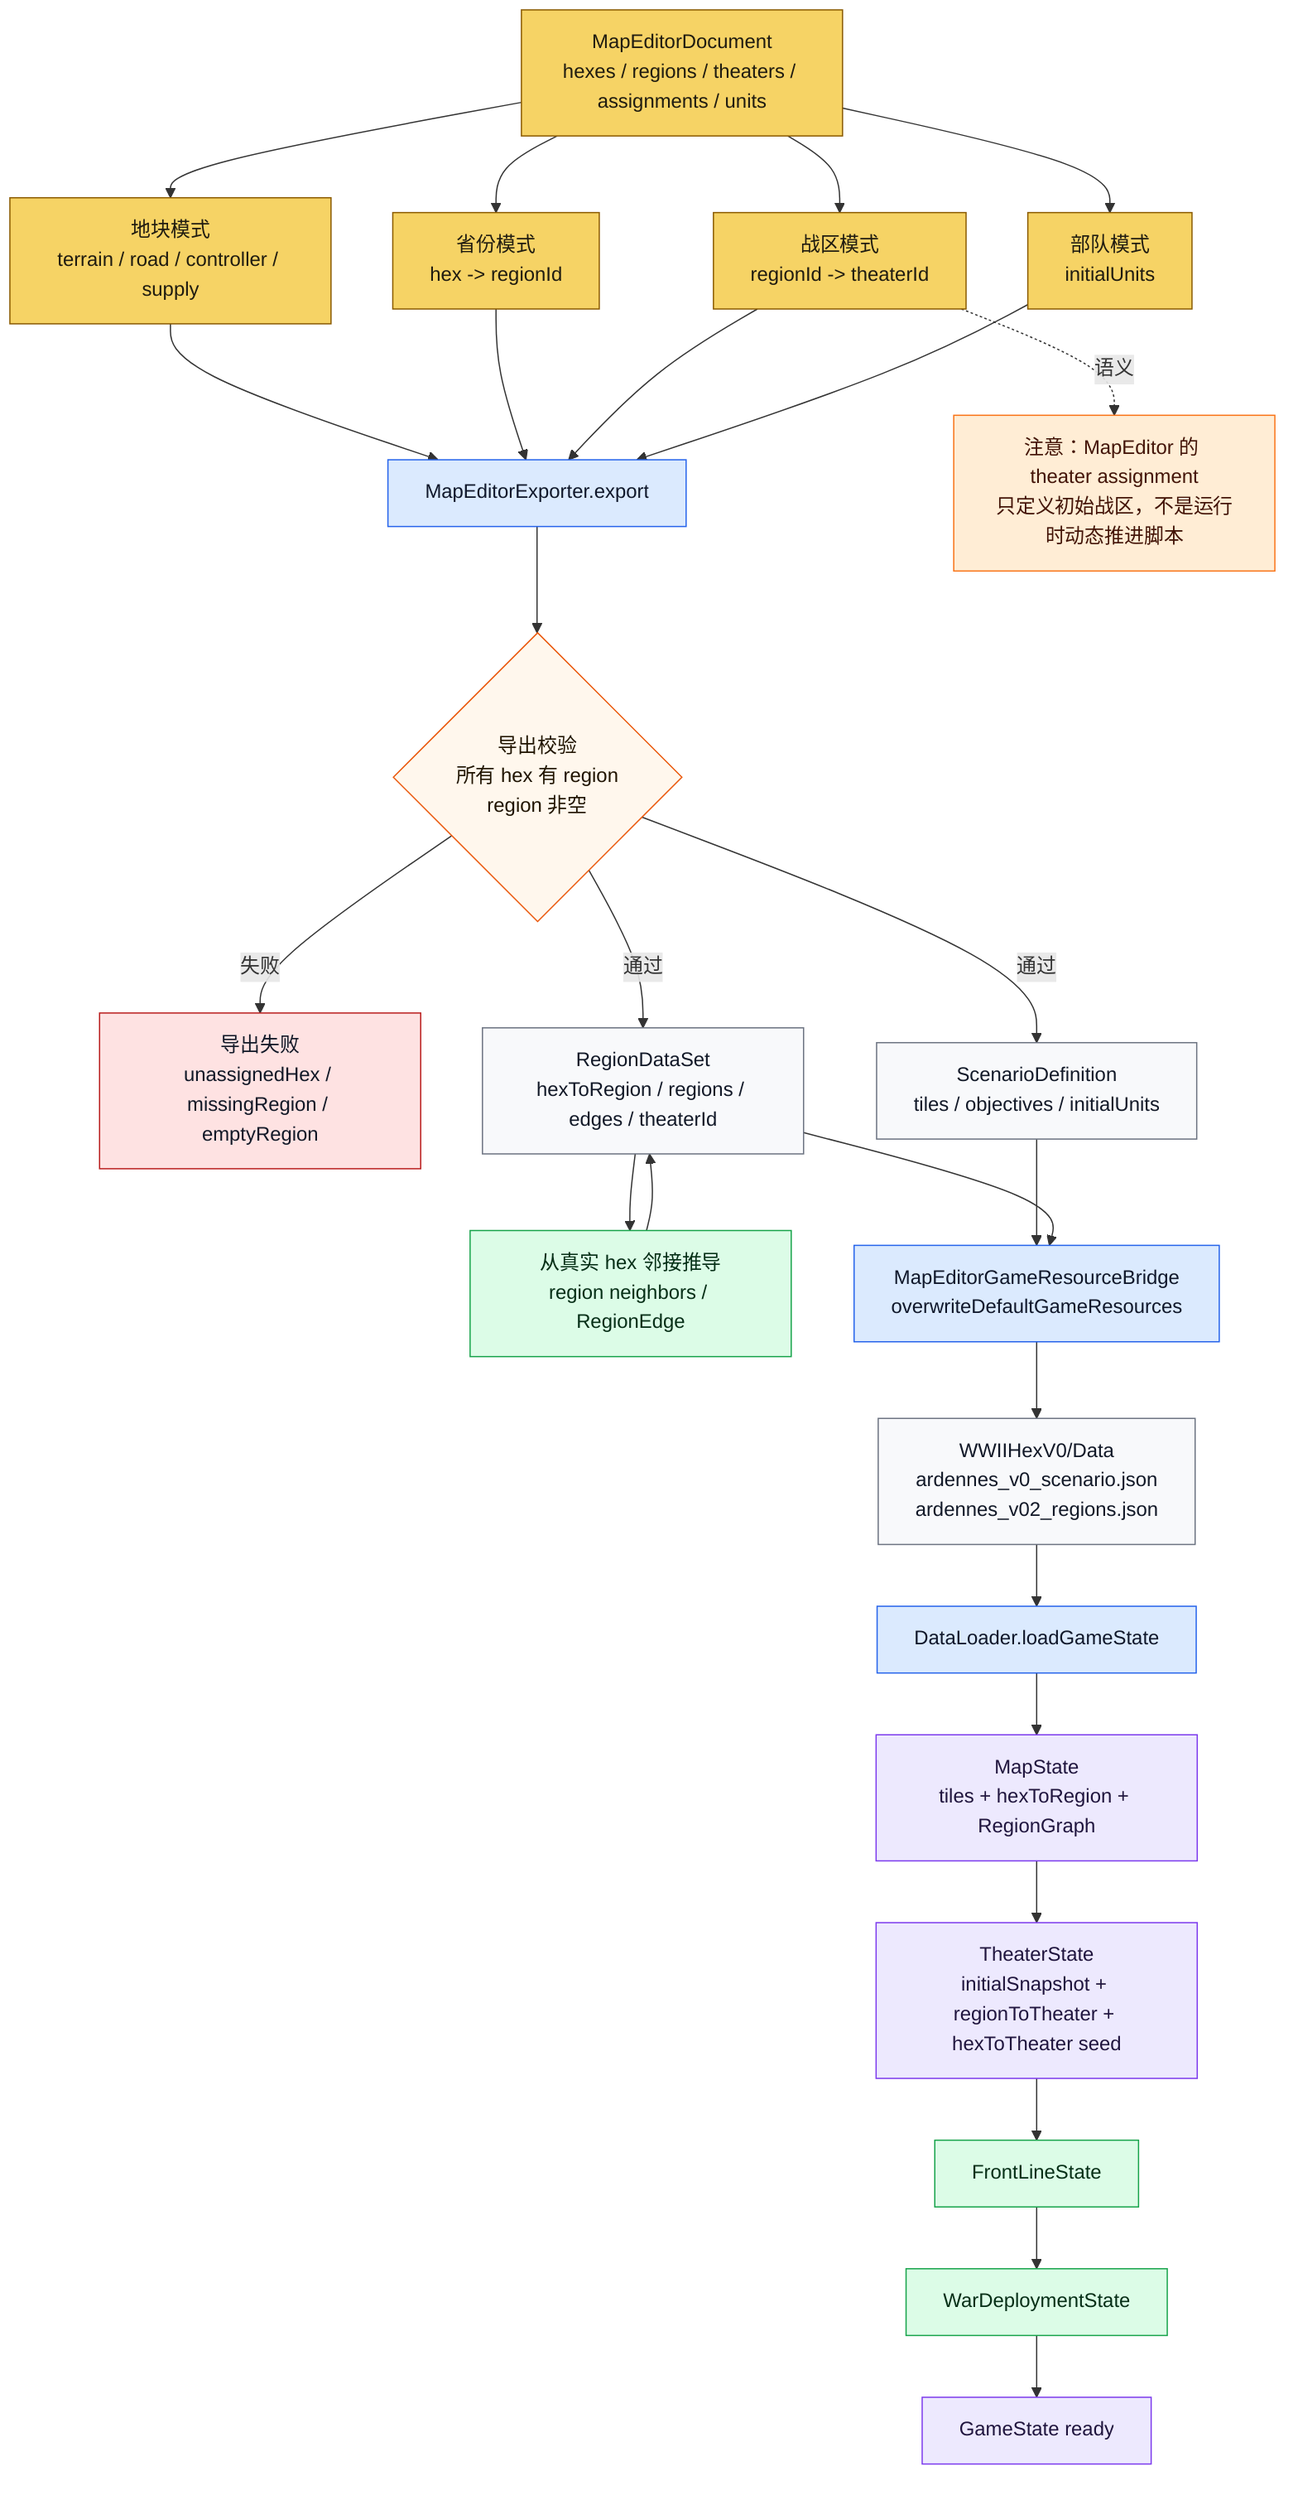
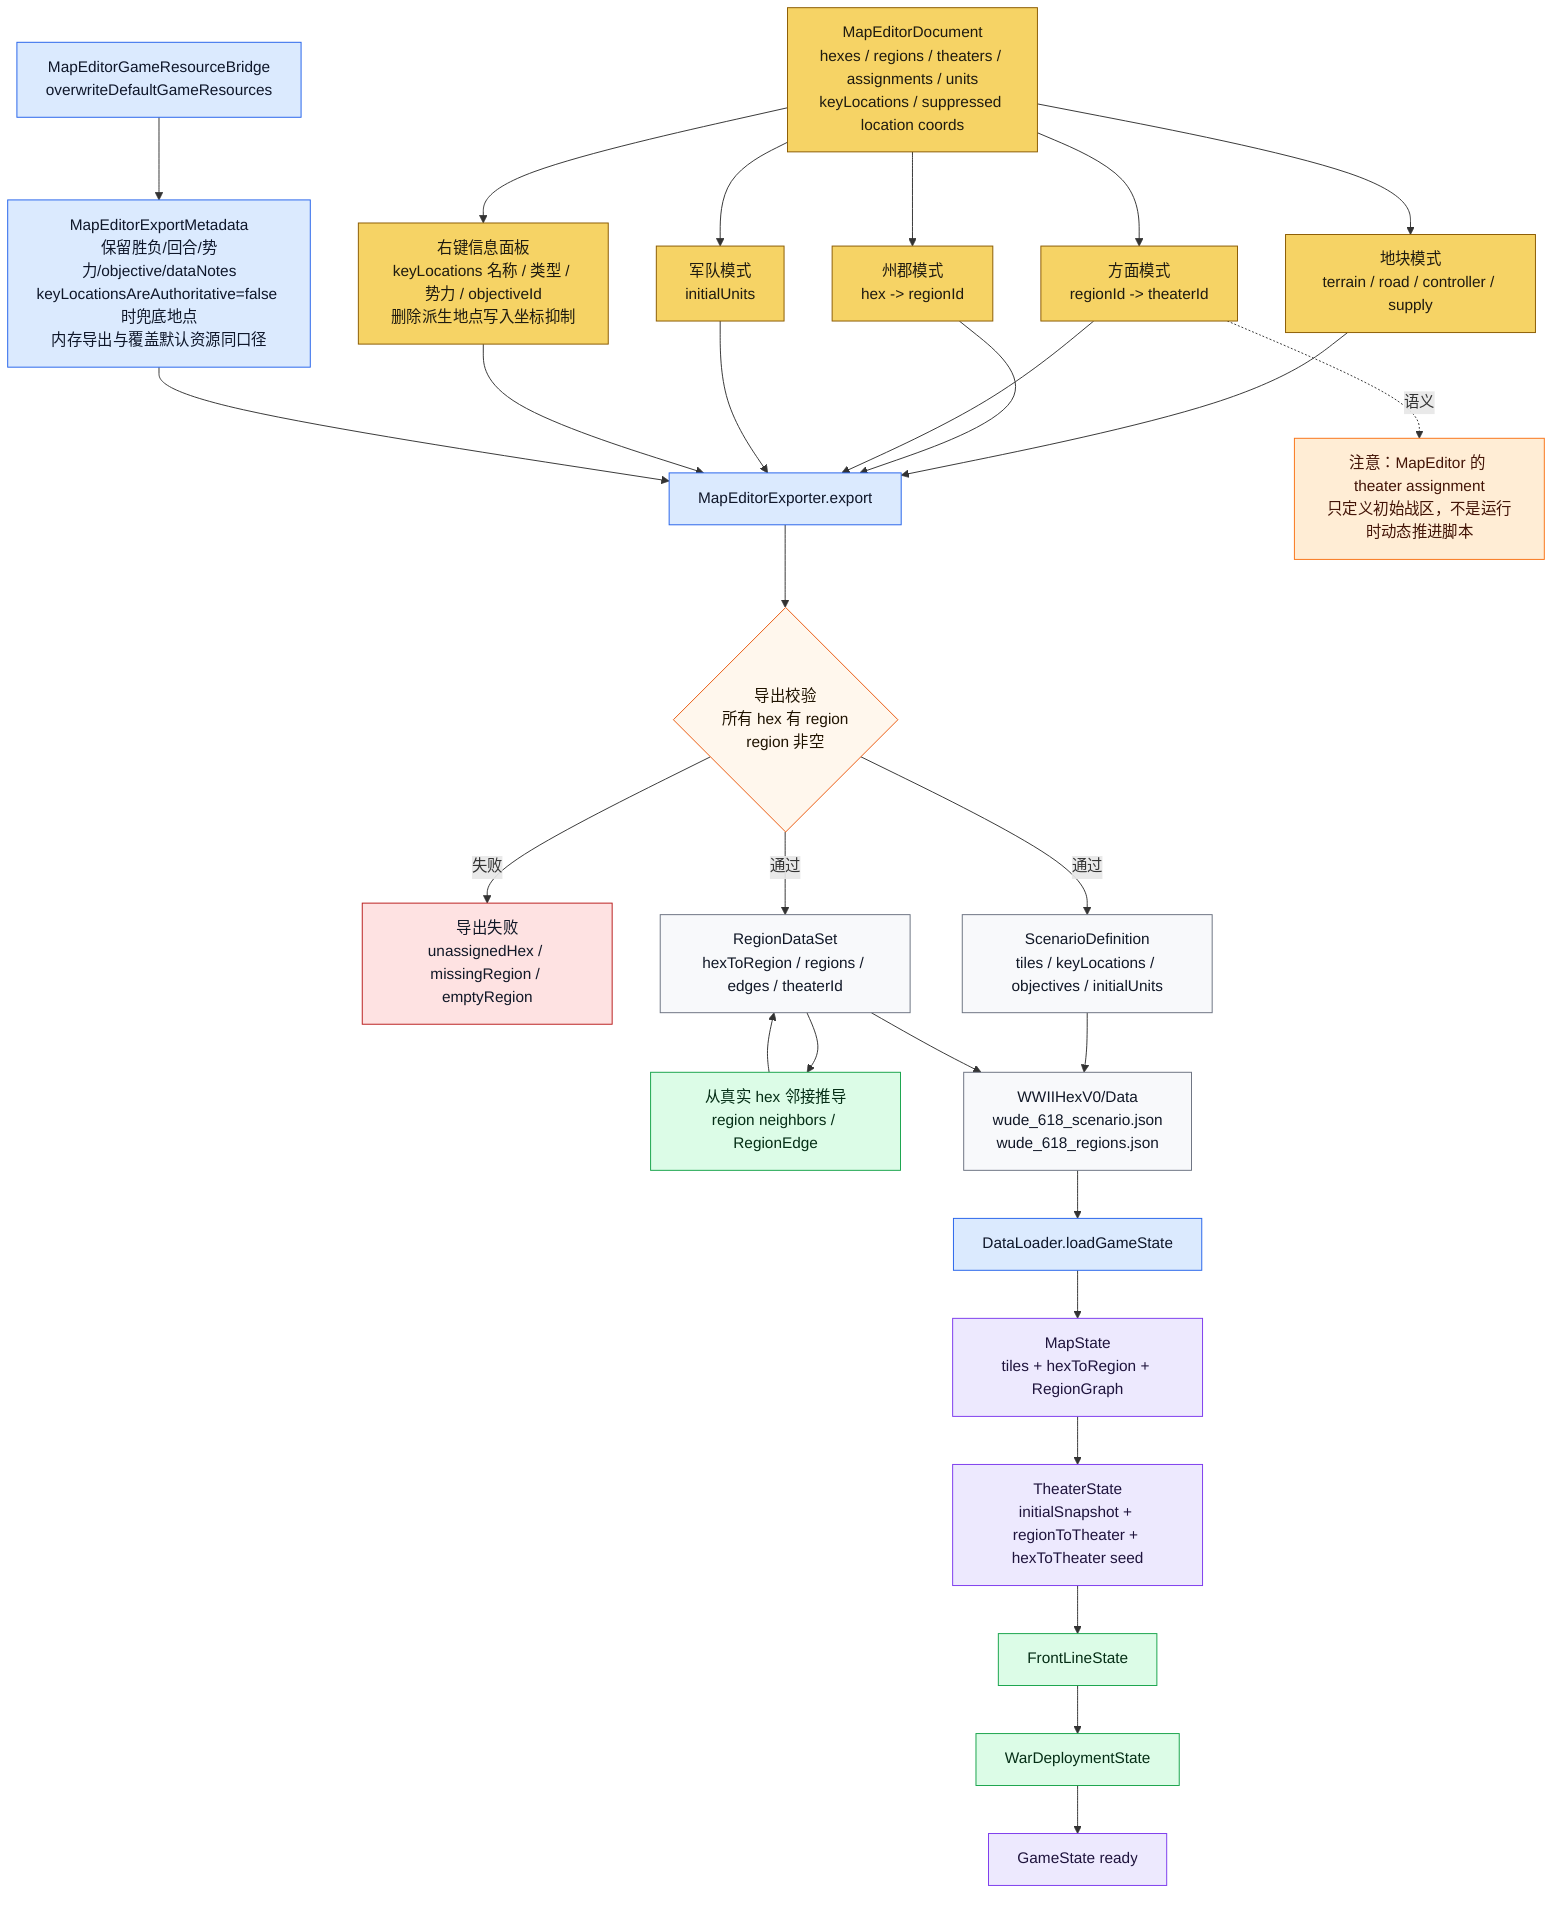
flowchart TD
-     DOC["MapEditorDocument<br/>hexes / regions / theaters / assignments / units"]:::editor
+     DOC["MapEditorDocument<br/>hexes / regions / theaters / assignments / units<br/>keyLocations / suppressed location coords"]:::editor
    MODE1["地块模式<br/>terrain / road / controller / supply"]:::editor
-     MODE2["省份模式<br/>hex -> regionId"]:::editor
-     MODE3["战区模式<br/>regionId -> theaterId"]:::editor
-     MODE4["部队模式<br/>initialUnits"]:::editor
+     MODE2["州郡模式<br/>hex -> regionId"]:::editor
+     MODE3["方面模式<br/>regionId -> theaterId"]:::editor
+     MODE4["军队模式<br/>initialUnits"]:::editor
+     MODE5["右键信息面板<br/>keyLocations 名称 / 类型 / 势力 / objectiveId<br/>删除派生地点写入坐标抑制"]:::editor
    EXPORT["MapEditorExporter.export"]:::loader
    CHECK{"导出校验<br/>所有 hex 有 region<br/>region 非空"}:::decision
    ERR["导出失败<br/>unassignedHex / missingRegion / emptyRegion"]:::stop
-     SCEN["ScenarioDefinition<br/>tiles / objectives / initialUnits"]:::data
+     SCEN["ScenarioDefinition<br/>tiles / keyLocations / objectives / initialUnits"]:::data
    REG["RegionDataSet<br/>hexToRegion / regions / edges / theaterId"]:::data
    NEI["从真实 hex 邻接推导<br/>region neighbors / RegionEdge"]:::derived
    BRIDGE["MapEditorGameResourceBridge<br/>overwriteDefaultGameResources"]:::loader
-     FILES["WWIIHexV0/Data<br/>ardennes_v0_scenario.json<br/>ardennes_v02_regions.json"]:::data
+     META["MapEditorExportMetadata<br/>保留胜负/回合/势力/objective/dataNotes<br/>keyLocationsAreAuthoritative=false 时兜底地点<br/>内存导出与覆盖默认资源同口径"]:::loader
+     FILES["WWIIHexV0/Data<br/>wude_618_scenario.json<br/>wude_618_regions.json"]:::data
    LOAD["DataLoader.loadGameState"]:::loader
    MAP["MapState<br/>tiles + hexToRegion + RegionGraph"]:::state
    THEATER["TheaterState<br/>initialSnapshot + regionToTheater + hexToTheater seed"]:::state
    FRONT["FrontLineState"]:::derived
    DEPLOY["WarDeploymentState"]:::derived
    GAME["GameState ready"]:::state

    DOC --> MODE1 --> EXPORT
    DOC --> MODE2 --> EXPORT
    DOC --> MODE3 --> EXPORT
    DOC --> MODE4 --> EXPORT
+     DOC --> MODE5 --> EXPORT
+     BRIDGE --> META --> EXPORT
    EXPORT --> CHECK
    CHECK -->|失败| ERR
    CHECK -->|通过| SCEN
    CHECK -->|通过| REG
    REG --> NEI --> REG
-     SCEN --> BRIDGE
-     REG --> BRIDGE
-     BRIDGE --> FILES
+     SCEN --> FILES
+     REG --> FILES
    FILES --> LOAD --> MAP --> THEATER --> FRONT --> DEPLOY --> GAME

    NOTE["注意：MapEditor 的 theater assignment<br/>只定义初始战区，不是运行时动态推进脚本"]:::warn
    MODE3 -.语义.-> NOTE

    classDef editor fill:#f6d365,stroke:#8a5a00,color:#1f1b10
    classDef loader fill:#dbeafe,stroke:#2563eb,color:#0f172a
    classDef decision fill:#fff7ed,stroke:#ea580c,color:#1f1300
    classDef stop fill:#fee2e2,stroke:#b91c1c,color:#111827
    classDef data fill:#f8f9fb,stroke:#6b7280,color:#111827
    classDef derived fill:#dcfce7,stroke:#16a34a,color:#052e16
    classDef state fill:#ede9fe,stroke:#7c3aed,color:#1f143d
    classDef warn fill:#ffedd5,stroke:#f97316,color:#431407
